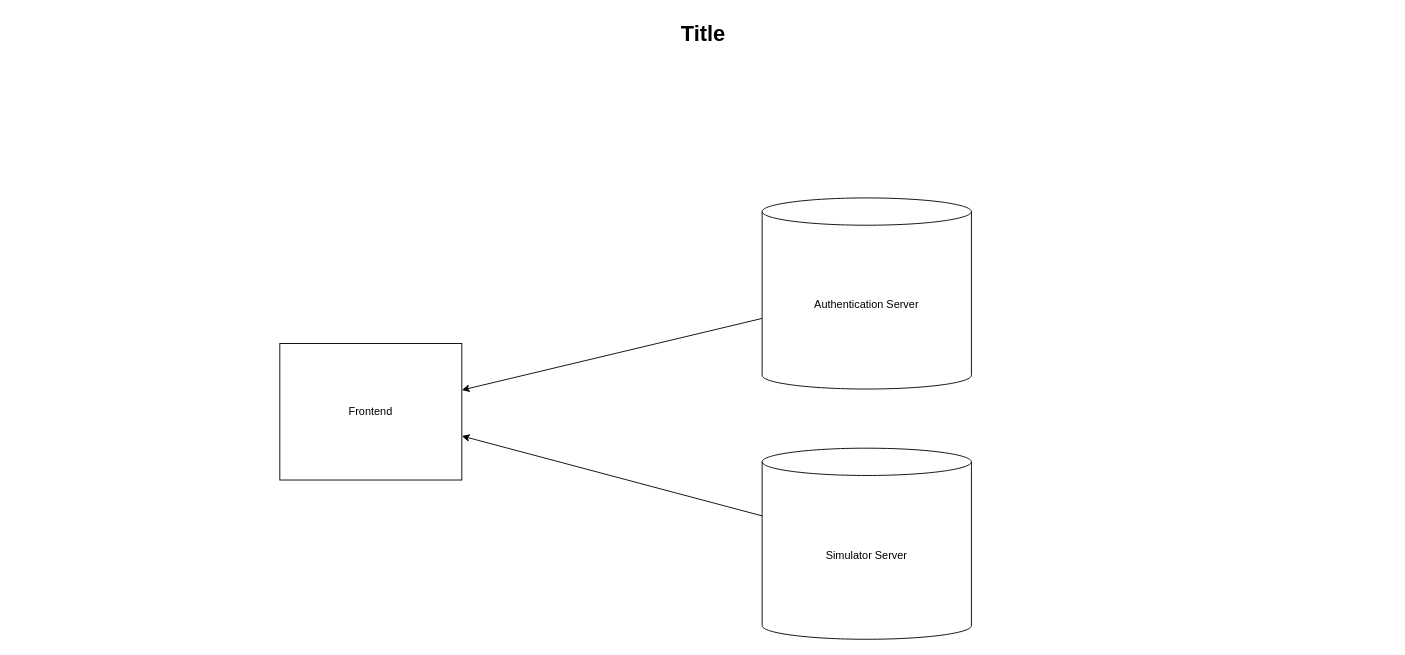
The draw.io diagram system-architecture.drawio in MarqusJonsson/M7011E, before the edit. Source tidied: cells renumbered, new cells numbered last; positions are measured from the earlier drawing's top-left corner, leaving out a move shared by most shapes. Both pictures are drawn from the tidied source at 91%, with x=0, y=0 at pixel (15, 15).
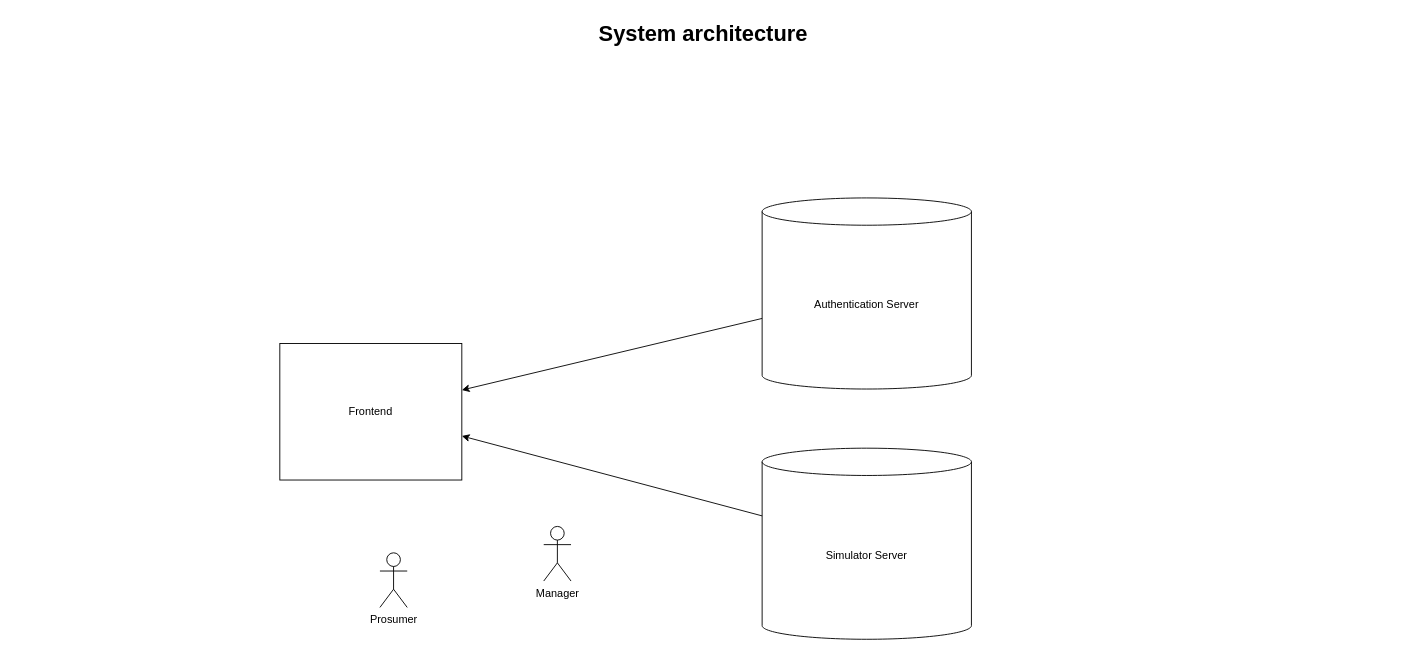
After the change.

Diff of the diagram source:
```diff
@@
 <mxGraphModel>
   <root>
     <mxCell id="0" />
     <mxCell id="1" parent="0" />
-    <mxCell id="2" value="Title" style="text;strokeColor=none;fillColor=none;html=1;fontSize=24;fontStyle=1;verticalAlign=middle;align=center;" parent="1" vertex="1">
+    <mxCell id="2" value="System architecture" style="text;strokeColor=none;fillColor=none;html=1;fontSize=24;fontStyle=1;verticalAlign=middle;align=center;" parent="1" vertex="1">
       <mxGeometry width="1510" height="40" as="geometry" />
     </mxCell>
     <mxCell id="3" value="Authentication Server" style="shape=cylinder3;whiteSpace=wrap;html=1;boundedLbl=1;backgroundOutline=1;size=15;" parent="1" vertex="1">
       <mxGeometry x="820" y="200" width="230" height="210" as="geometry" />
     </mxCell>
     <mxCell id="4" value="Simulator Server" style="shape=cylinder3;whiteSpace=wrap;html=1;boundedLbl=1;backgroundOutline=1;size=15;" parent="1" vertex="1">
       <mxGeometry x="820" y="475" width="230" height="210" as="geometry" />
     </mxCell>
     <mxCell id="5" value="Frontend" style="rounded=0;whiteSpace=wrap;html=1;" parent="1" vertex="1">
       <mxGeometry x="290" y="360" width="200" height="150" as="geometry" />
     </mxCell>
     <mxCell id="6" style="endArrow=classic;html=1;" parent="1" edge="1" source="3" target="5">
       <mxGeometry relative="1" as="geometry" />
     </mxCell>
     <mxCell id="7" style="endArrow=classic;html=1;" parent="1" edge="1" source="4" target="5">
       <mxGeometry relative="1" as="geometry" />
     </mxCell>
+    <mxCell id="8" value="Prosumer" style="shape=umlActor;verticalLabelPosition=bottom;verticalAlign=top;html=1;" parent="1" vertex="1">
+      <mxGeometry x="400" y="590" width="30" height="60" as="geometry" />
+    </mxCell>
+    <mxCell id="9" value="Manager" style="shape=umlActor;verticalLabelPosition=bottom;verticalAlign=top;html=1;" parent="1" vertex="1">
+      <mxGeometry x="580" y="561" width="30" height="60" as="geometry" />
+    </mxCell>
   </root>
 </mxGraphModel>
```
